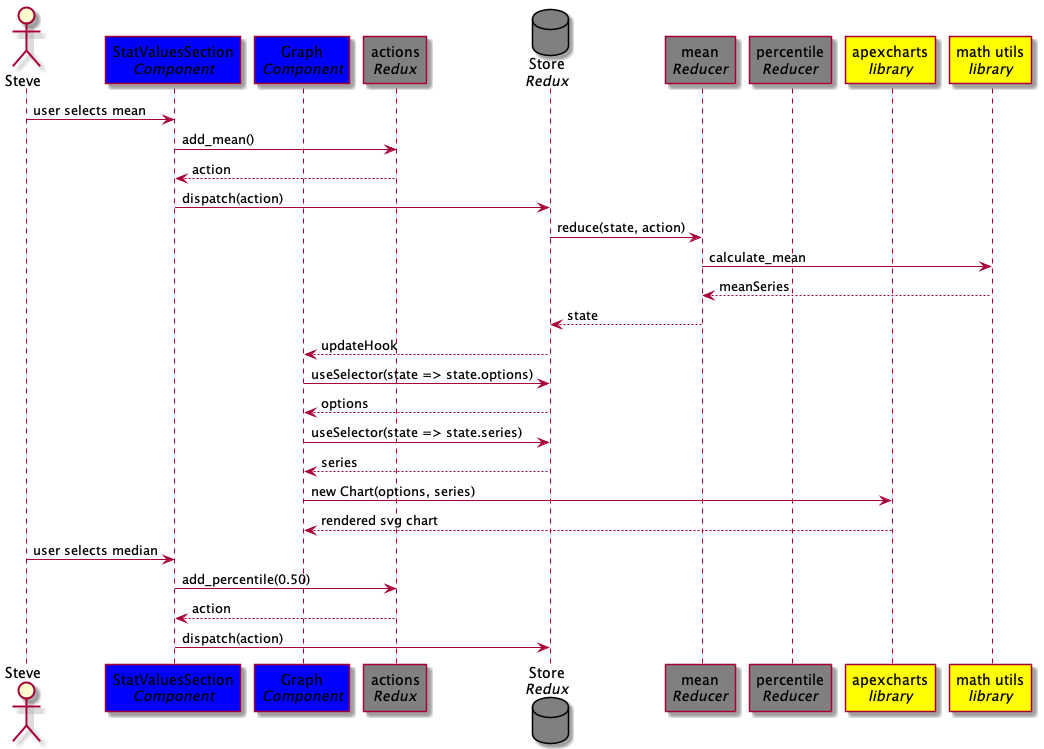
Earlier version of the PlantUML export DesignPhase/sequence-diagrams/statistical-values/sequence-diagram.png (EOSC-synergy/o3webapp).
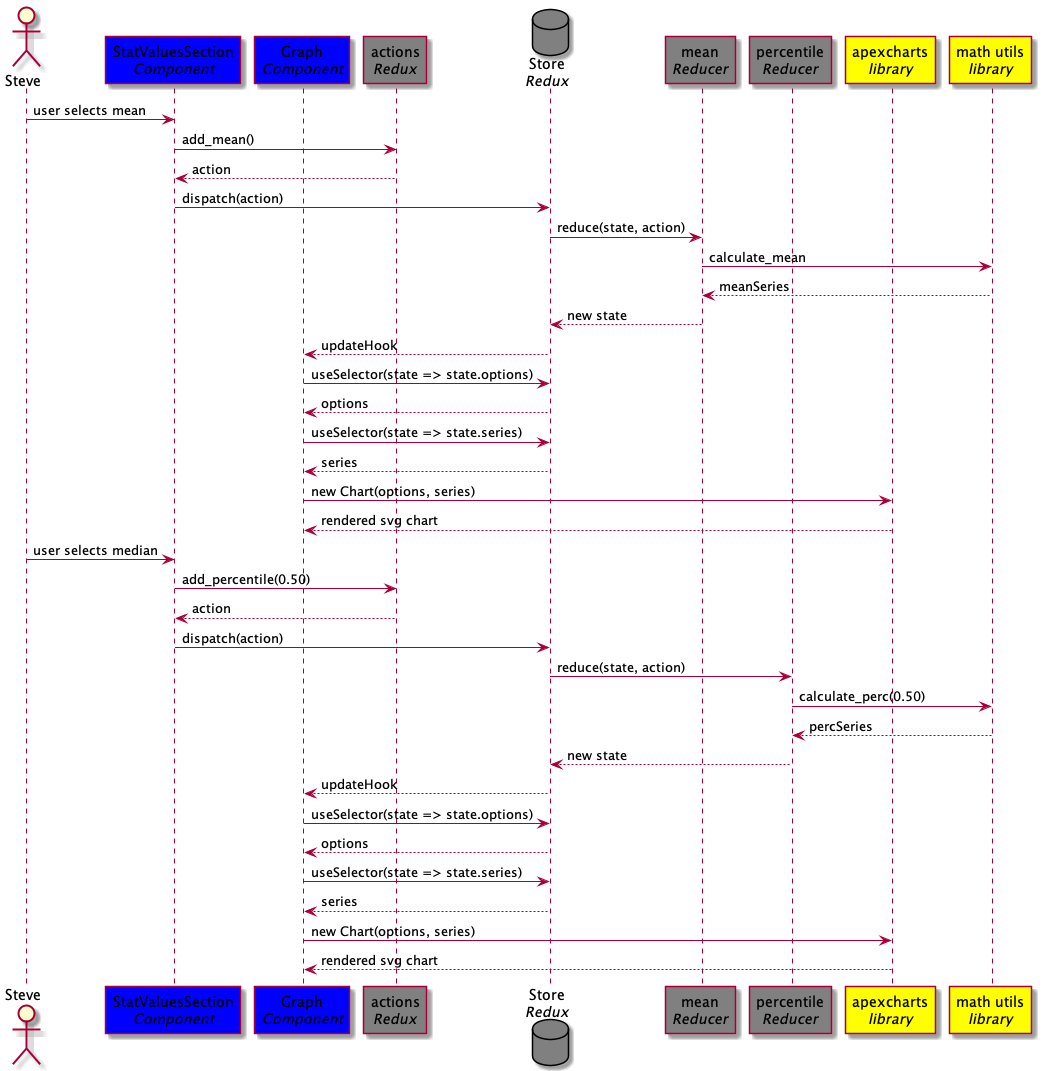
The same diagram one commit later.

Commit message:
arrows for median

Diff of the diagram source:
```diff
@@ -17,7 +17,7 @@
 meanRD->math: calculate_mean
 meanRD<--math: meanSeries
 
-Store<--meanRD: state
+Store<--meanRD: new state
 Graph<--Store: updateHook
 Graph->Store: useSelector(state => state.options)
 Graph<--Store: options
@@ -26,9 +26,24 @@
 Graph->apexcharts: new Chart(options, series)
 Graph<--apexcharts: rendered svg chart
 
+
+
 Steve->SVS: user selects median
 SVS->actions: add_percentile(0.50)
 SVS<--actions: action
 SVS->Store: dispatch(action)
+Store->percRD: reduce(state, action)
+percRD->math: calculate_perc(0.50)
+percRD<--math: percSeries
+
+Store<--percRD: new state
+Graph<--Store: updateHook
+Graph->Store: useSelector(state => state.options)
+Graph<--Store: options
+Graph->Store: useSelector(state => state.series)
+Graph<--Store: series
+Graph->apexcharts: new Chart(options, series)
+Graph<--apexcharts: rendered svg chart
+
 
 @enduml
```
